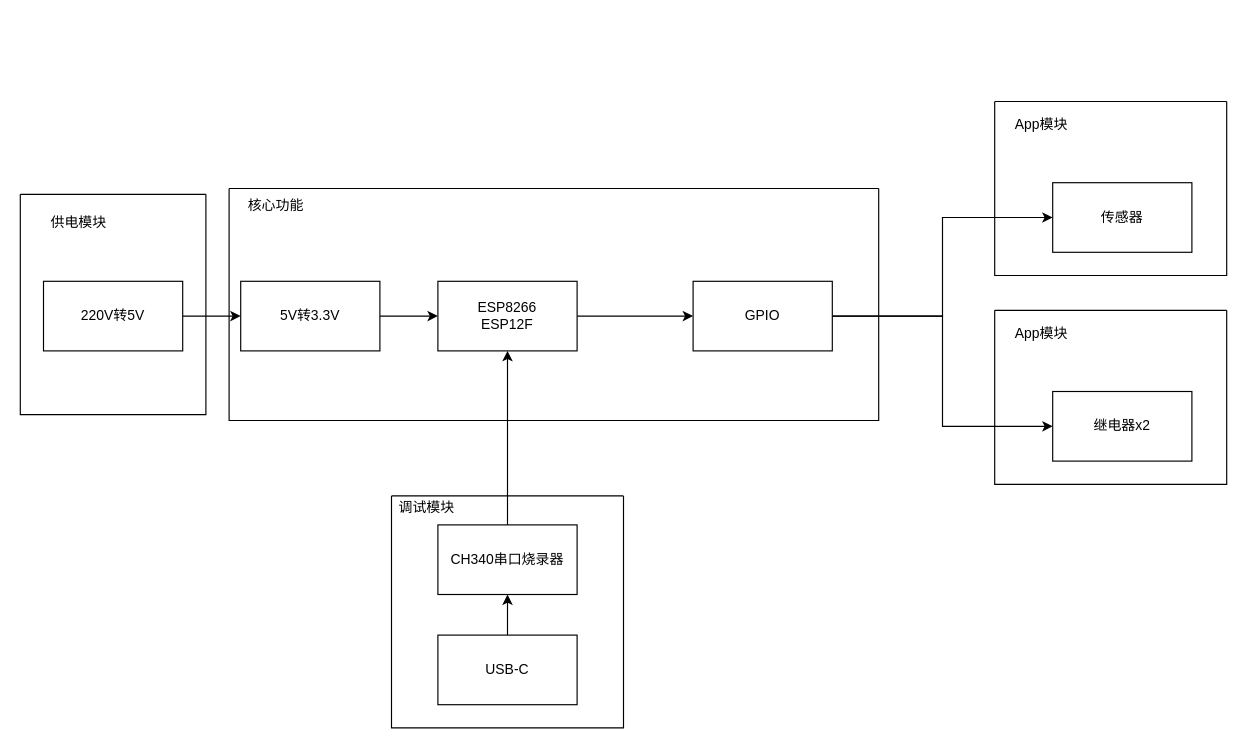
Earlier version of the draw.io diagram Untitled Diagram.drawio (TANG617/images). Source tidied: cells renumbered, new cells numbered last; positions are measured from the earlier drawing's top-left corner, leaving out a move shared by most shapes. Both pictures are drawn from the tidied source at 116%, with x=0, y=0 at pixel (20, 101).
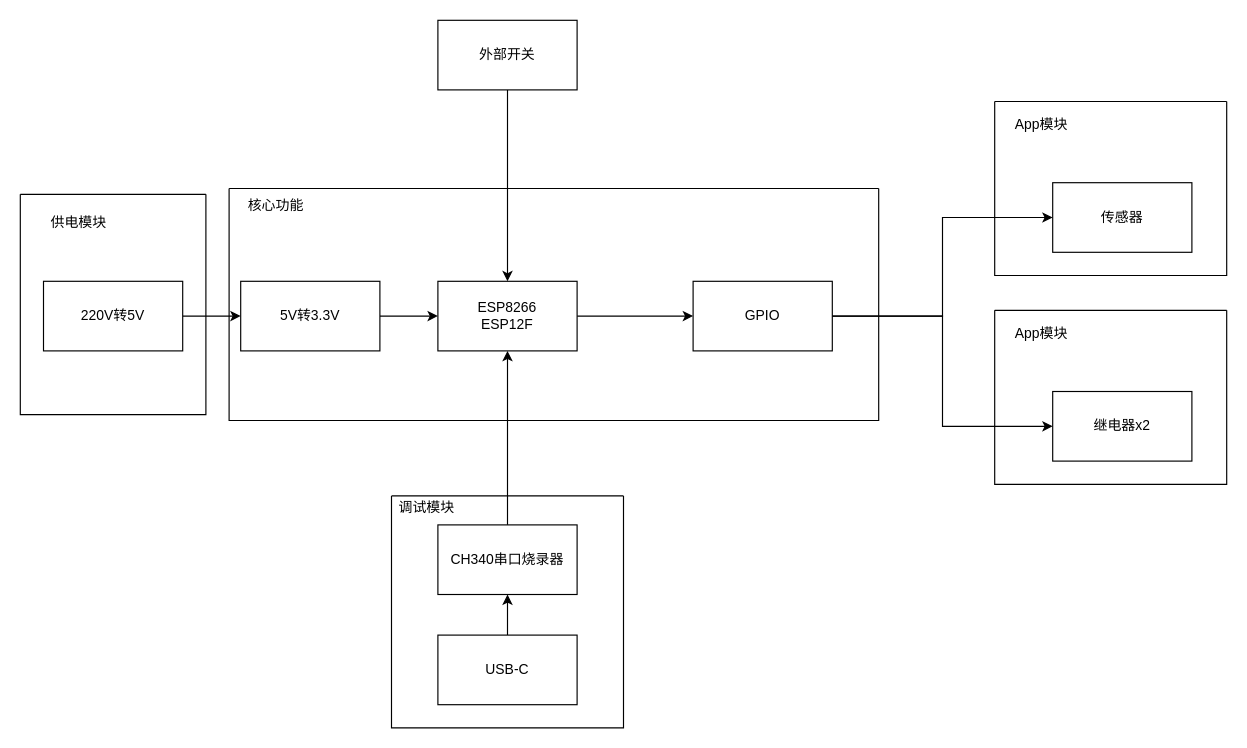
The same page after the edit.

Commit message:
ESP_HOME_LOGICAL

Unchanged cells that the change refers to:
```xml
<mxCell id="3" value="ESP8266&lt;br&gt;ESP12F" style="rounded=0;whiteSpace=wrap;html=1;" parent="1" vertex="1">
  <mxGeometry x="360" y="155" width="120" height="60" as="geometry" />
</mxCell>
```

What changed in the source:
```diff
@@
+    <mxCell id="27" style="edgeStyle=orthogonalEdgeStyle;rounded=0;jettySize=auto;html=1;" parent="1" edge="1" source="28" target="3">
+      <mxGeometry relative="1" as="geometry" />
+    </mxCell>
+    <mxCell id="28" value="外部开关" style="rounded=0;whiteSpace=wrap;html=1;" parent="1" vertex="1">
+      <mxGeometry x="360" y="-70" width="120" height="60" as="geometry" />
+    </mxCell>
```
